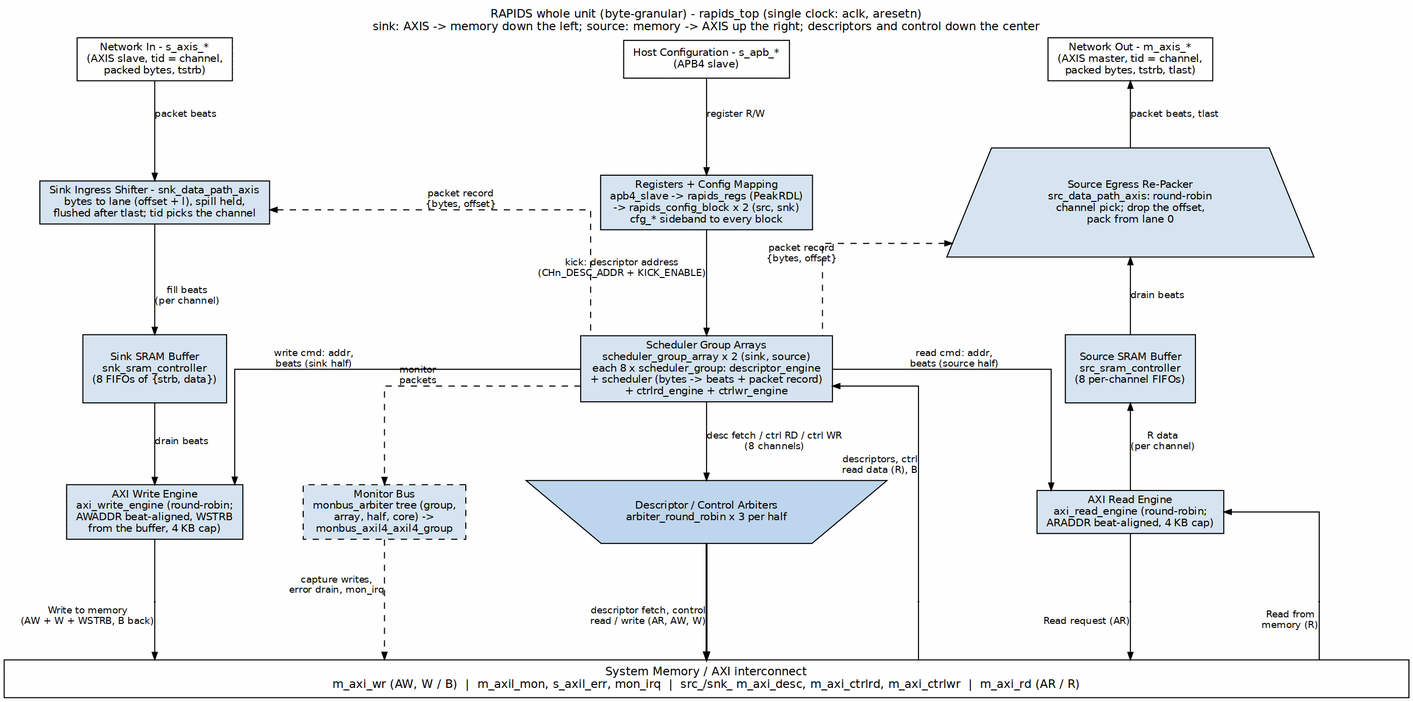
Before: projects/components/dma-ip/rapids/docs/rapids_has/assets/graphviz/01_byte_block_diagram.png, a diagram exported from Graphviz (sean-galloway/RTLDesignSherpa). Its source is kept beside it as projects/components/dma-ip/rapids/docs/rapids_has/assets/graphviz/01_byte_block_diagram.dot.
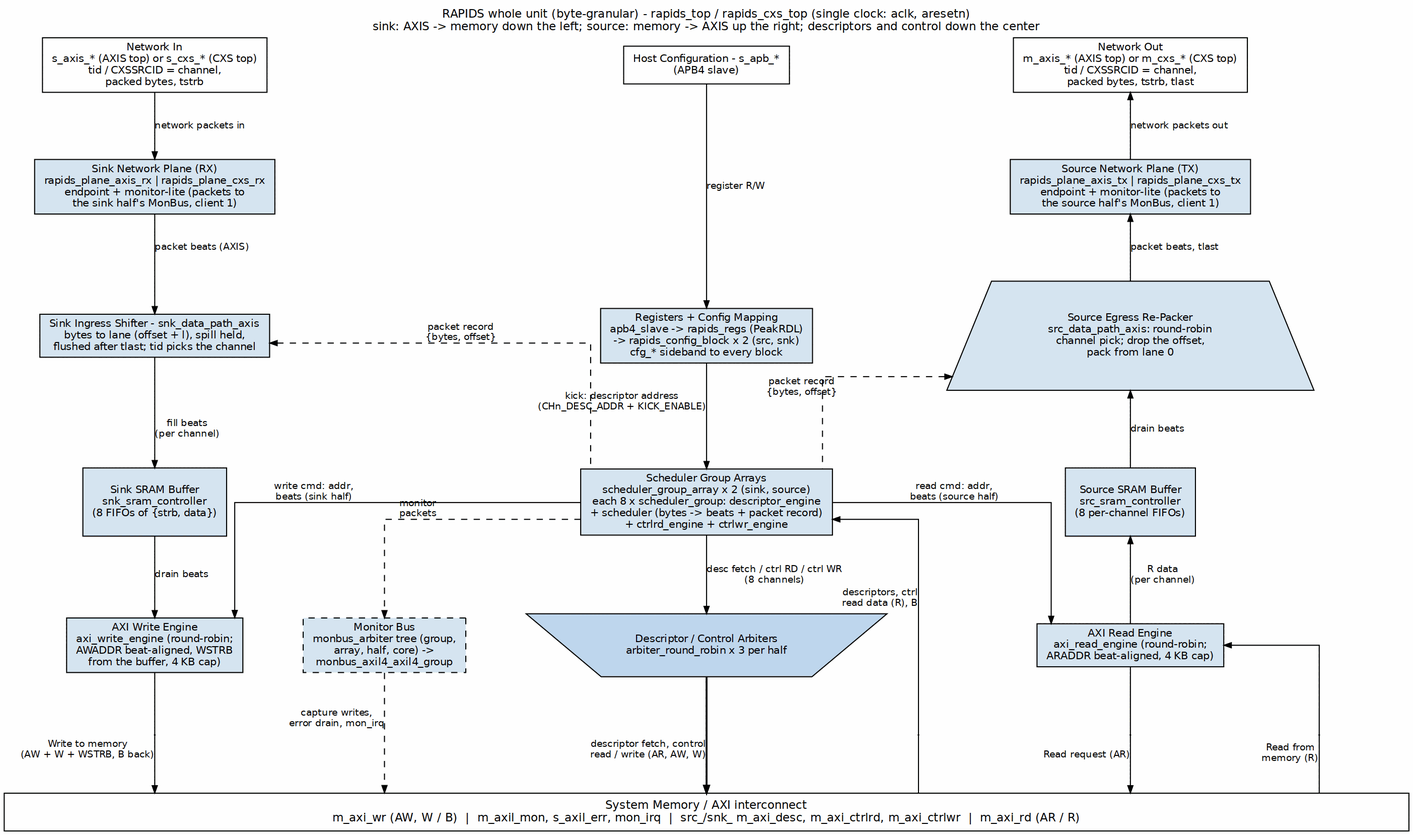
The same file after the commit.

Diff of the diagram source:
```diff
@@ -1,15 +1,18 @@
 digraph rapids_byte_whole_unit {
     graph [rankdir=TB, bgcolor="white", fontname="Helvetica", fontsize=11,
            nodesep="0.40", ranksep="0.75", splines=ortho,
-           label="RAPIDS whole unit (byte-granular) - rapids_top (single clock: aclk, aresetn)\nsink: AXIS -> memory down the left; source: memory -> AXIS up the right; descriptors and control down the center",
+           label="RAPIDS whole unit (byte-granular) - rapids_top / rapids_cxs_top (single clock: aclk, aresetn)\nsink: AXIS -> memory down the left; source: memory -> AXIS up the right; descriptors and control down the center",
            labelloc=t, labeljust=c];
     node  [fontname="Helvetica", fontsize=10, shape=box, style=filled,
            fillcolor="#D6E4F0", color="black", margin="0.12,0.06"];
     edge  [fontname="Helvetica", fontsize=9, color="black", arrowsize=0.7];
 
-    s_axis [label="Network In - s_axis_*\n(AXIS slave, tid = channel,\npacked bytes, tstrb)", fillcolor="white", group=L];
+    s_axis [label="Network In\ns_axis_* (AXIS top) or s_cxs_* (CXS top)\ntid / CXSSRCID = channel,\npacked bytes, tstrb", fillcolor="white", group=L];
     s_apb  [label="Host Configuration - s_apb_*\n(APB4 slave)", fillcolor="white", group=C];
-    m_axis [label="Network Out - m_axis_*\n(AXIS master, tid = channel,\npacked bytes, tstrb, tlast)", fillcolor="white", group=R];
+    m_axis [label="Network Out\nm_axis_* (AXIS top) or m_cxs_* (CXS top)\ntid / CXSSRCID = channel,\npacked bytes, tstrb, tlast", fillcolor="white", group=R];
+
+    plane_rx [label="Sink Network Plane (RX)\nrapids_plane_axis_rx | rapids_plane_cxs_rx\nendpoint + monitor-lite (packets to\nthe sink half's MonBus, client 1)", group=L];
+    plane_tx [label="Source Network Plane (TX)\nrapids_plane_axis_tx | rapids_plane_cxs_tx\nendpoint + monitor-lite (packets to\nthe source half's MonBus, client 1)", group=R];
 
     ingress [label="Sink Ingress Shifter - snk_data_path_axis\nbytes to lane (offset + l), spill held,\nflushed after tlast; tid picks the channel", group=L];
     regs    [label="Registers + Config Mapping\napb4_slave -> rapids_regs (PeakRDL)\n-> rapids_config_block x 2 (src, snk)\ncfg_* sideband to every block", group=C];
@@ -29,7 +32,8 @@
     mem [label="System Memory / AXI interconnect\nm_axi_wr (AW, W / B)  |  m_axil_mon, s_axil_err, mon_irq  |  src_/snk_ m_axi_desc, m_axi_ctrlrd, m_axi_ctrlwr  |  m_axi_rd (AR / R)",
          fillcolor="white", width=18.6, fontsize=11, group=C];
 
-    s_axis   -> ingress  [label="packet beats"];
+    s_axis   -> plane_rx [label="network packets in"];
+    plane_rx -> ingress  [label="packet beats (AXIS)"];
     ingress  -> snk_sram [label="fill beats\n(per channel)"];
     snk_sram -> wr_eng   [label="drain beats"];
 
@@ -42,7 +46,8 @@
     egress  -> sga  [dir=back, style=dashed, xlabel="packet record\n{bytes, offset}"];
     sga   -> mon    [style=dashed, xlabel="monitor\npackets"];
 
-    m_axis   -> egress   [dir=back, label="packet beats, tlast"];
+    m_axis   -> plane_tx [dir=back, label="network packets out"];
+    plane_tx -> egress   [dir=back, label="packet beats, tlast"];
     egress   -> src_sram [dir=back, label="drain beats"];
     src_sram -> rd_eng   [dir=back, label="R data\n(per channel)"];
 
@@ -71,6 +76,8 @@
 
     { rank=same; s_axis; s_apb; m_axis; }
     s_axis -> s_apb -> m_axis [style=invis];
+    { rank=same; plane_rx; plane_tx; }
+    plane_rx -> plane_tx [style=invis];
     { rank=same; ingress; regs; egress; }
     ingress -> regs -> egress [style=invis];
     { rank=same; snk_sram; sga; src_sram; }
```
